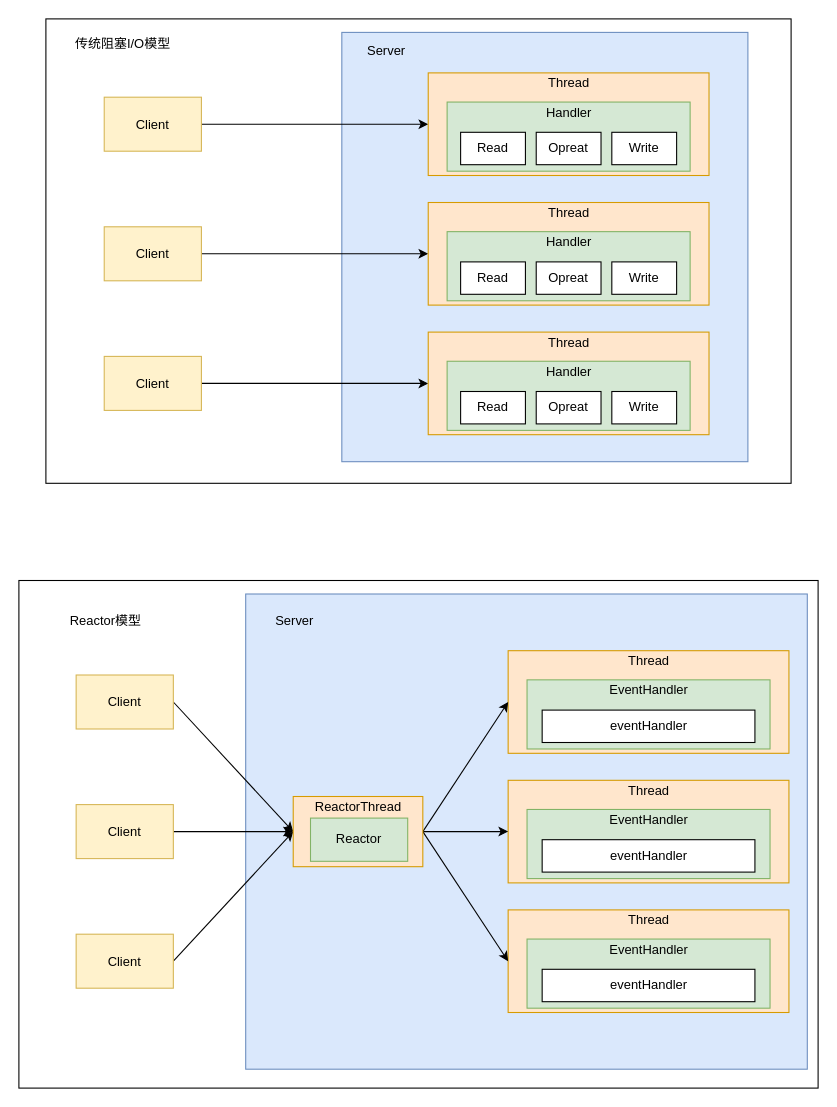
Above: page "线程模型" (4 of 4) of netty-stu.drawio in FifteenLab/test (draw.io), before the change. Source tidied: cells renumbered, new cells numbered last; positions are measured from the earlier drawing's top-left corner, leaving out a move shared by most shapes. Both pictures are drawn from the tidied source at 108%, with x=0, y=0 at pixel (18, 18).
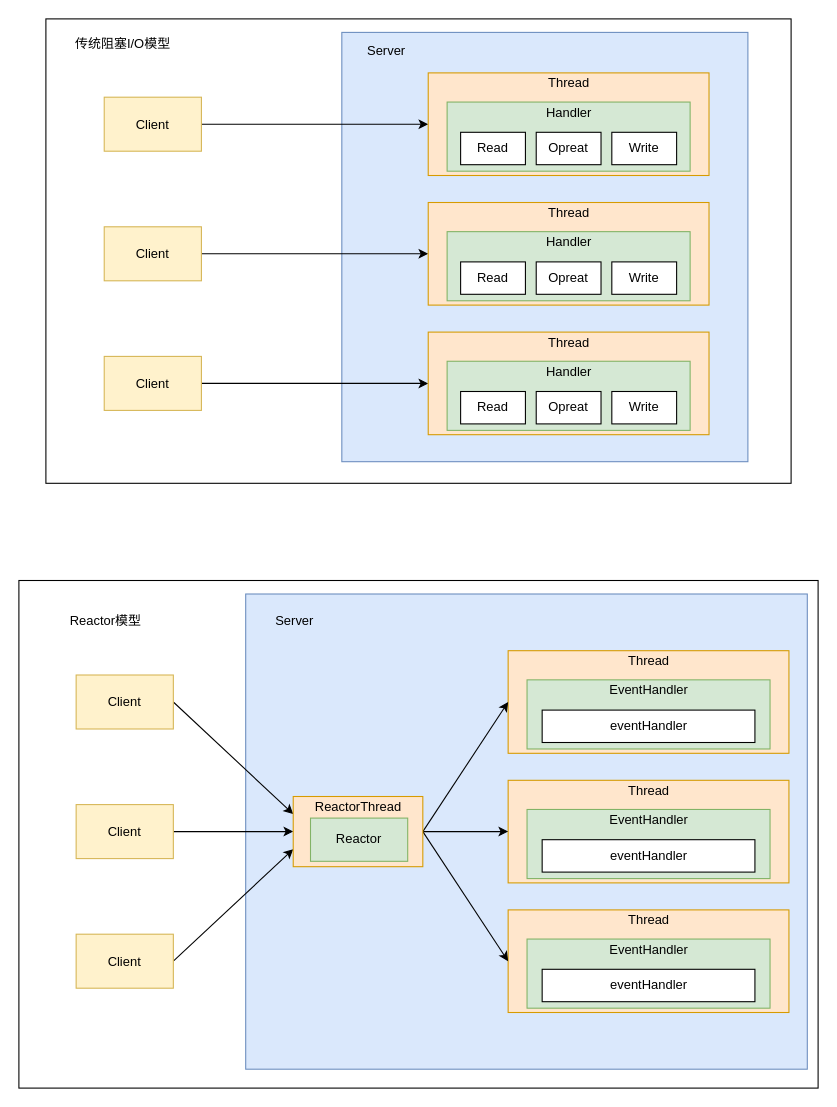
The same page after the edit.

The change refers to these unchanged cells:
```xml
<mxCell id="36" value="Client" style="rounded=0;whiteSpace=wrap;html=1;fillColor=#fff2cc;strokeColor=#d6b656;" parent="1" vertex="1">
  <mxGeometry x="53" y="607.5" width="90" height="50" as="geometry" />
</mxCell>
<mxCell id="45" value="Client" style="rounded=0;whiteSpace=wrap;html=1;fillColor=#fff2cc;strokeColor=#d6b656;" parent="1" vertex="1">
  <mxGeometry x="53" y="847.5" width="90" height="50" as="geometry" />
</mxCell>
<mxCell id="61" style="rounded=0;whiteSpace=wrap;html=1;fillColor=#ffe6cc;strokeColor=#d79b00;" parent="1" vertex="1">
  <mxGeometry x="254" y="720" width="120" height="65" as="geometry" />
</mxCell>
```

Diff of the diagram source:
```diff
@@
-    <mxCell id="35" style="rounded=0;jettySize=auto;html=1;entryX=0;entryY=0.5;entryDx=0;entryDy=0;exitX=1;exitY=0.5;exitDx=0;exitDy=0;" parent="1" edge="1" source="36" target="61">
+    <mxCell id="35" style="rounded=0;jettySize=auto;html=1;entryX=0;entryY=0.25;entryDx=0;entryDy=0;exitX=1;exitY=0.5;exitDx=0;exitDy=0;" parent="1" edge="1" source="36" target="61">
       <mxGeometry relative="1" as="geometry" />
     </mxCell>
@@
-    <mxCell id="44" style="edgeStyle=none;rounded=0;jettySize=auto;html=1;entryX=0;entryY=0.5;entryDx=0;entryDy=0;exitX=1;exitY=0.5;exitDx=0;exitDy=0;" parent="1" edge="1" source="45" target="61">
+    <mxCell id="44" style="edgeStyle=none;rounded=0;jettySize=auto;html=1;entryX=0;entryY=0.75;entryDx=0;entryDy=0;exitX=1;exitY=0.5;exitDx=0;exitDy=0;" parent="1" edge="1" source="45" target="61">
       <mxGeometry relative="1" as="geometry" />
     </mxCell>
```
